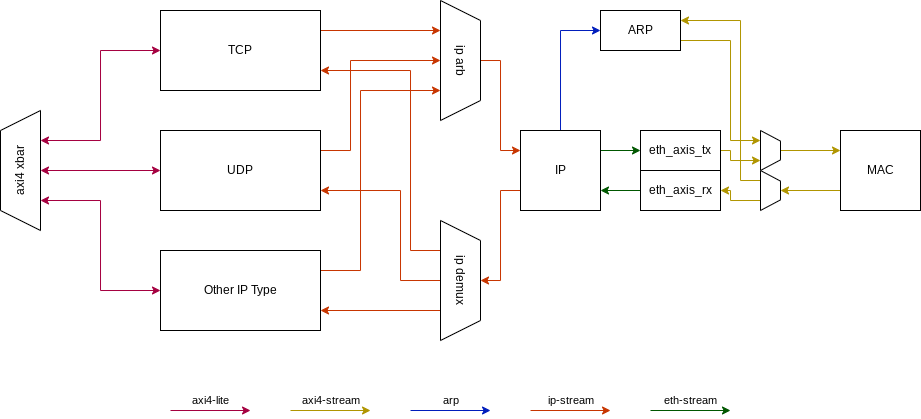
bman12three4/super6502 keeps this draw.io diagram as hw/super6502_fpga/src/sub/network_processor/doc/network_processor.drawio.png. Above is the earlier version. Source tidied: cells renumbered, new cells last; positions are measured from the earlier drawing's top-left corner, leaving out a move shared by most shapes.
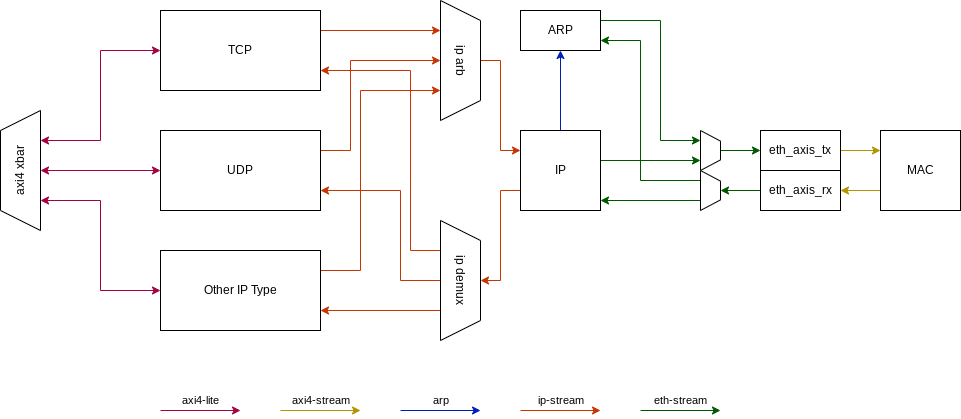
The same diagram one commit later.

The edit, as a diff of the source:
```diff
@@ -42,47 +42,26 @@
     <mxCell id="11" value="Other IP Type" style="rounded=0;whiteSpace=wrap;html=1;" parent="1" vertex="1">
       <mxGeometry x="200" y="240" width="160" height="80" as="geometry" />
     </mxCell>
-    <mxCell id="12" style="edgeStyle=orthogonalEdgeStyle;rounded=0;jettySize=auto;html=1;exitX=0.75;exitY=1;exitDx=0;exitDy=0;entryX=1;entryY=0.5;entryDx=0;entryDy=0;fillColor=#e3c800;strokeColor=#B09500;" parent="1" edge="1" source="34" target="19">
-      <mxGeometry relative="1" as="geometry">
-        <Array as="points">
-          <mxPoint x="770" y="190" />
-          <mxPoint x="770" y="180" />
-        </Array>
-      </mxGeometry>
-    </mxCell>
-    <mxCell id="13" style="edgeStyle=orthogonalEdgeStyle;rounded=0;jettySize=auto;html=1;exitX=0;exitY=0.75;exitDx=0;exitDy=0;entryX=0.5;entryY=0;entryDx=0;entryDy=0;fillColor=#e3c800;strokeColor=#B09500;" parent="1" edge="1" source="14" target="34">
-      <mxGeometry relative="1" as="geometry" />
-    </mxCell>
+    <mxCell id="45" style="edgeStyle=orthogonalEdgeStyle;rounded=0;jettySize=auto;html=1;exitX=0;exitY=0.75;exitDx=0;exitDy=0;entryX=1;entryY=0.5;entryDx=0;entryDy=0;fillColor=#e3c800;strokeColor=#B09500;" parent="1" edge="1" source="14" target="19">
+      <mxGeometry relative="1" as="geometry" />
+    </mxCell>
     <mxCell id="14" value="MAC" style="whiteSpace=wrap;html=1;" parent="1" vertex="1">
-      <mxGeometry x="880" y="120" width="80" height="80" as="geometry" />
+      <mxGeometry x="920" y="120" width="80" height="80" as="geometry" />
     </mxCell>
-    <mxCell id="15" style="edgeStyle=orthogonalEdgeStyle;rounded=0;jettySize=auto;html=1;entryX=0;entryY=0.25;entryDx=0;entryDy=0;fillColor=#e3c800;strokeColor=#B09500;exitX=0.5;exitY=0;exitDx=0;exitDy=0;" parent="1" edge="1" source="32" target="14">
-      <mxGeometry relative="1" as="geometry" />
-    </mxCell>
-    <mxCell id="16" style="edgeStyle=orthogonalEdgeStyle;rounded=0;jettySize=auto;html=1;entryX=0.75;entryY=1;entryDx=0;entryDy=0;fillColor=#e3c800;strokeColor=#B09500;" parent="1" edge="1" source="17" target="32">
-      <mxGeometry relative="1" as="geometry">
-        <Array as="points">
-          <mxPoint x="770" y="140" />
-          <mxPoint x="770" y="150" />
-        </Array>
-      </mxGeometry>
-    </mxCell>
-    <mxCell id="17" value="eth_axis_tx" style="rounded=0;whiteSpace=wrap;html=1;" parent="1" vertex="1">
-      <mxGeometry x="680" y="120" width="80" height="40" as="geometry" />
-    </mxCell>
-    <mxCell id="18" style="edgeStyle=orthogonalEdgeStyle;rounded=0;jettySize=auto;html=1;entryX=1;entryY=0.75;entryDx=0;entryDy=0;fillColor=#008a00;strokeColor=#005700;" parent="1" edge="1" source="19" target="23">
+    <mxCell id="18" style="edgeStyle=orthogonalEdgeStyle;rounded=0;jettySize=auto;html=1;fillColor=#008a00;strokeColor=#005700;exitX=0.75;exitY=1;exitDx=0;exitDy=0;entryX=1;entryY=0.875;entryDx=0;entryDy=0;entryPerimeter=0;" parent="1" edge="1" source="34" target="23">
       <mxGeometry relative="1" as="geometry" />
     </mxCell>
-    <mxCell id="19" value="eth_axis_rx" style="rounded=0;whiteSpace=wrap;html=1;" parent="1" vertex="1">
-      <mxGeometry x="680" y="160" width="80" height="40" as="geometry" />
-    </mxCell>
-    <mxCell id="20" style="edgeStyle=orthogonalEdgeStyle;rounded=0;jettySize=auto;html=1;exitX=1;exitY=0.25;exitDx=0;exitDy=0;entryX=0;entryY=0.5;entryDx=0;entryDy=0;fillColor=#008a00;strokeColor=#005700;" parent="1" edge="1" source="23" target="17">
-      <mxGeometry relative="1" as="geometry" />
+    <mxCell id="20" style="edgeStyle=orthogonalEdgeStyle;rounded=0;jettySize=auto;html=1;exitX=1;exitY=0.25;exitDx=0;exitDy=0;entryX=0.75;entryY=1;entryDx=0;entryDy=0;fillColor=#008a00;strokeColor=#005700;" parent="1" edge="1" source="23" target="32">
+      <mxGeometry relative="1" as="geometry">
+        <Array as="points">
+          <mxPoint x="640" y="150" />
+        </Array>
+      </mxGeometry>
     </mxCell>
     <mxCell id="21" style="edgeStyle=orthogonalEdgeStyle;rounded=0;jettySize=auto;html=1;exitX=0;exitY=0.75;exitDx=0;exitDy=0;entryX=0.5;entryY=0;entryDx=0;entryDy=0;fillColor=#fa6800;strokeColor=#C73500;" parent="1" edge="1" source="23" target="29">
       <mxGeometry relative="1" as="geometry" />
     </mxCell>
-    <mxCell id="22" style="edgeStyle=orthogonalEdgeStyle;rounded=0;jettySize=auto;html=1;entryX=0;entryY=0.5;entryDx=0;entryDy=0;fillColor=#0050ef;strokeColor=#001DBC;" parent="1" edge="1" source="23" target="31">
+    <mxCell id="22" style="edgeStyle=orthogonalEdgeStyle;rounded=0;jettySize=auto;html=1;entryX=0.5;entryY=1;entryDx=0;entryDy=0;fillColor=#0050ef;strokeColor=#001DBC;" parent="1" edge="1" source="23" target="31">
       <mxGeometry relative="1" as="geometry" />
     </mxCell>
     <mxCell id="23" value="IP" style="rounded=0;whiteSpace=wrap;html=1;" parent="1" vertex="1">
@@ -116,35 +95,38 @@
     <mxCell id="29" value="ip demux" style="shape=trapezoid;perimeter=trapezoidPerimeter;whiteSpace=wrap;html=1;fixedSize=1;rotation=90;" parent="1" vertex="1">
       <mxGeometry x="440" y="250" width="120" height="40" as="geometry" />
     </mxCell>
-    <mxCell id="30" style="edgeStyle=orthogonalEdgeStyle;rounded=0;jettySize=auto;html=1;exitX=1;exitY=0.75;exitDx=0;exitDy=0;entryX=0.25;entryY=1;entryDx=0;entryDy=0;fillColor=#e3c800;strokeColor=#B09500;" parent="1" edge="1" source="31" target="32">
+    <mxCell id="30" style="edgeStyle=orthogonalEdgeStyle;rounded=0;jettySize=auto;html=1;exitX=1;exitY=0.25;exitDx=0;exitDy=0;entryX=0.25;entryY=1;entryDx=0;entryDy=0;fillColor=#008a00;strokeColor=#005700;" parent="1" edge="1" source="31" target="32">
       <mxGeometry relative="1" as="geometry">
         <Array as="points">
-          <mxPoint x="770" y="30" />
-          <mxPoint x="770" y="130" />
+          <mxPoint x="700" y="10" />
+          <mxPoint x="700" y="130" />
         </Array>
       </mxGeometry>
     </mxCell>
     <mxCell id="31" value="ARP" style="rounded=0;whiteSpace=wrap;html=1;" parent="1" vertex="1">
-      <mxGeometry x="640" width="80" height="40" as="geometry" />
+      <mxGeometry x="560" width="80" height="40" as="geometry" />
     </mxCell>
+    <mxCell id="46" style="edgeStyle=orthogonalEdgeStyle;rounded=0;jettySize=auto;html=1;entryX=0;entryY=0.5;entryDx=0;entryDy=0;fillColor=#008a00;strokeColor=#005700;" parent="1" edge="1" source="32" target="17">
+      <mxGeometry relative="1" as="geometry" />
+    </mxCell>
     <mxCell id="32" style="shape=trapezoid;perimeter=trapezoidPerimeter;whiteSpace=wrap;html=1;fixedSize=1;rotation=90;size=10.620000000000118;" parent="1" vertex="1">
-      <mxGeometry x="790" y="130" width="40" height="20" as="geometry" />
+      <mxGeometry x="730" y="130" width="40" height="20" as="geometry" />
     </mxCell>
-    <mxCell id="33" style="edgeStyle=orthogonalEdgeStyle;rounded=0;jettySize=auto;html=1;exitX=0.25;exitY=1;exitDx=0;exitDy=0;entryX=1;entryY=0.25;entryDx=0;entryDy=0;fillColor=#e3c800;strokeColor=#B09500;" parent="1" edge="1" source="34" target="31">
+    <mxCell id="33" style="edgeStyle=orthogonalEdgeStyle;rounded=0;jettySize=auto;html=1;exitX=0.25;exitY=1;exitDx=0;exitDy=0;entryX=1;entryY=0.75;entryDx=0;entryDy=0;fillColor=#008a00;strokeColor=#005700;" parent="1" edge="1" source="34" target="31">
       <mxGeometry relative="1" as="geometry">
         <Array as="points">
-          <mxPoint x="780" y="170" />
-          <mxPoint x="780" y="10" />
+          <mxPoint x="680" y="170" />
+          <mxPoint x="680" y="30" />
         </Array>
       </mxGeometry>
     </mxCell>
     <mxCell id="34" style="shape=trapezoid;perimeter=trapezoidPerimeter;whiteSpace=wrap;html=1;fixedSize=1;rotation=90;size=10.620000000000118;" parent="1" vertex="1">
-      <mxGeometry x="790" y="170" width="40" height="20" as="geometry" />
+      <mxGeometry x="730" y="170" width="40" height="20" as="geometry" />
     </mxCell>
     <mxCell id="35" style="endArrow=classic;html=1;rounded=0;fillColor=#d80073;strokeColor=#A50040;" parent="1" edge="1">
       <mxGeometry relative="1" as="geometry">
-        <mxPoint x="210" y="400" as="sourcePoint" />
-        <mxPoint x="290" y="400" as="targetPoint" />
+        <mxPoint x="200" y="400" as="sourcePoint" />
+        <mxPoint x="280" y="400" as="targetPoint" />
       </mxGeometry>
     </mxCell>
     <mxCell id="36" value="axi4-lite" style="edgeLabel;html=1;align=center;verticalAlign=middle;" parent="35" vertex="1">
@@ -154,8 +136,8 @@
     </mxCell>
     <mxCell id="37" style="endArrow=classic;html=1;rounded=0;fillColor=#e3c800;strokeColor=#B09500;" parent="1" edge="1">
       <mxGeometry relative="1" as="geometry">
-        <mxPoint x="330" y="400" as="sourcePoint" />
-        <mxPoint x="410" y="400" as="targetPoint" />
+        <mxPoint x="320" y="400" as="sourcePoint" />
+        <mxPoint x="400" y="400" as="targetPoint" />
       </mxGeometry>
     </mxCell>
     <mxCell id="38" value="axi4-stream" style="edgeLabel;html=1;align=center;verticalAlign=middle;" parent="37" vertex="1">
@@ -165,8 +147,8 @@
     </mxCell>
     <mxCell id="39" style="endArrow=classic;html=1;rounded=0;fillColor=#0050ef;strokeColor=#001DBC;" parent="1" edge="1">
       <mxGeometry relative="1" as="geometry">
-        <mxPoint x="450" y="400" as="sourcePoint" />
-        <mxPoint x="530" y="400" as="targetPoint" />
+        <mxPoint x="440" y="400" as="sourcePoint" />
+        <mxPoint x="520" y="400" as="targetPoint" />
       </mxGeometry>
     </mxCell>
     <mxCell id="40" value="arp" style="edgeLabel;html=1;align=center;verticalAlign=middle;" parent="39" vertex="1">
@@ -176,8 +158,8 @@
     </mxCell>
     <mxCell id="41" style="endArrow=classic;html=1;rounded=0;fillColor=#fa6800;strokeColor=#C73500;" parent="1" edge="1">
       <mxGeometry relative="1" as="geometry">
-        <mxPoint x="570" y="400" as="sourcePoint" />
-        <mxPoint x="650" y="400" as="targetPoint" />
+        <mxPoint x="560" y="400" as="sourcePoint" />
+        <mxPoint x="640" y="400" as="targetPoint" />
       </mxGeometry>
     </mxCell>
     <mxCell id="42" value="ip-stream" style="edgeLabel;html=1;align=center;verticalAlign=middle;" parent="41" vertex="1">
@@ -187,8 +169,8 @@
     </mxCell>
     <mxCell id="43" style="endArrow=classic;html=1;rounded=0;fillColor=#008a00;strokeColor=#005700;" parent="1" edge="1">
       <mxGeometry relative="1" as="geometry">
-        <mxPoint x="690" y="400" as="sourcePoint" />
-        <mxPoint x="770" y="400" as="targetPoint" />
+        <mxPoint x="680" y="400" as="sourcePoint" />
+        <mxPoint x="760" y="400" as="targetPoint" />
       </mxGeometry>
     </mxCell>
     <mxCell id="44" value="eth-stream" style="edgeLabel;html=1;align=center;verticalAlign=middle;" parent="43" vertex="1">
@@ -196,5 +178,17 @@
         <mxPoint x="-8" y="-8" as="offset" />
       </mxGeometry>
     </mxCell>
+    <mxCell id="47" style="edgeStyle=orthogonalEdgeStyle;rounded=0;jettySize=auto;html=1;entryX=0;entryY=0.25;entryDx=0;entryDy=0;fillColor=#e3c800;strokeColor=#B09500;" parent="1" edge="1" source="17" target="14">
+      <mxGeometry relative="1" as="geometry" />
+    </mxCell>
+    <mxCell id="17" value="eth_axis_tx" style="rounded=0;whiteSpace=wrap;html=1;" parent="1" vertex="1">
+      <mxGeometry x="800" y="120" width="80" height="40" as="geometry" />
+    </mxCell>
+    <mxCell id="48" style="edgeStyle=orthogonalEdgeStyle;rounded=0;jettySize=auto;html=1;entryX=0.5;entryY=0;entryDx=0;entryDy=0;fillColor=#008a00;strokeColor=#005700;" parent="1" edge="1" source="19" target="34">
+      <mxGeometry relative="1" as="geometry" />
+    </mxCell>
+    <mxCell id="19" value="eth_axis_rx" style="rounded=0;whiteSpace=wrap;html=1;" parent="1" vertex="1">
+      <mxGeometry x="800" y="160" width="80" height="40" as="geometry" />
+    </mxCell>
   </root>
 </mxGraphModel>
```
